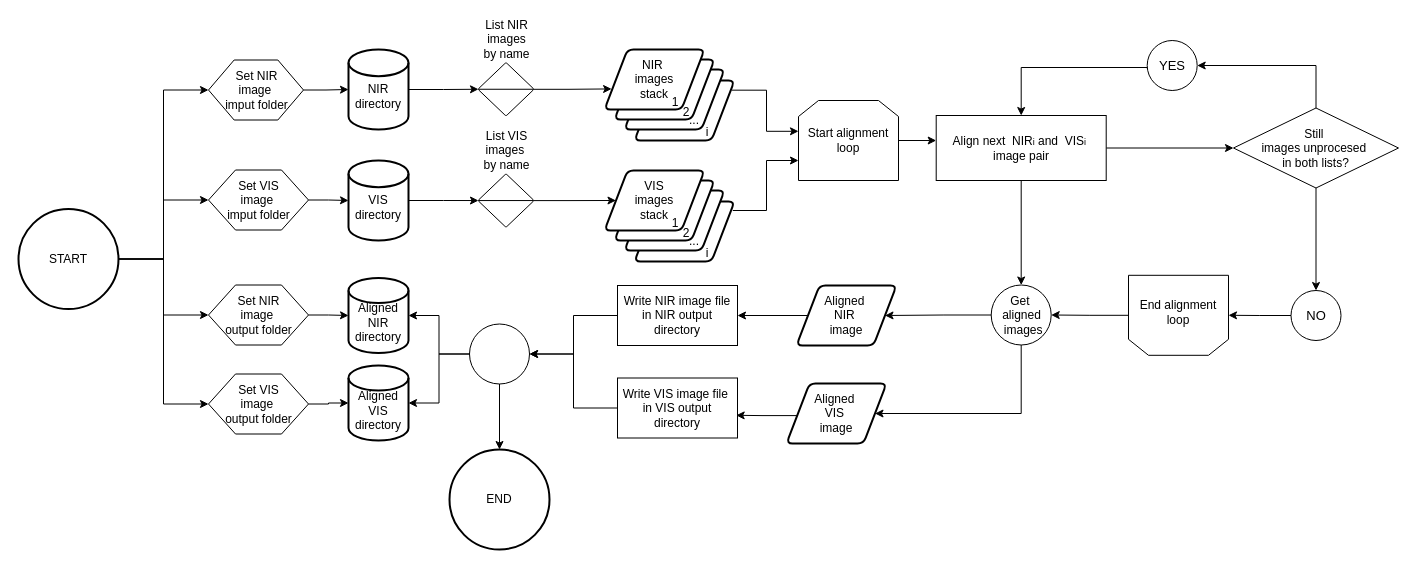
The draw.io diagram vignettes/vignette_ImageJ_preprocessing/Alignment_Process_macro_diagram.drawio in MMolBus/PhotomossR, before the edit. Source tidied: cells renumbered, new cells numbered last; positions are measured from the earlier drawing's top-left corner, leaving out a move shared by most shapes. Both pictures are drawn from the tidied source at 100%, with x=0, y=0 at pixel (18, 40).
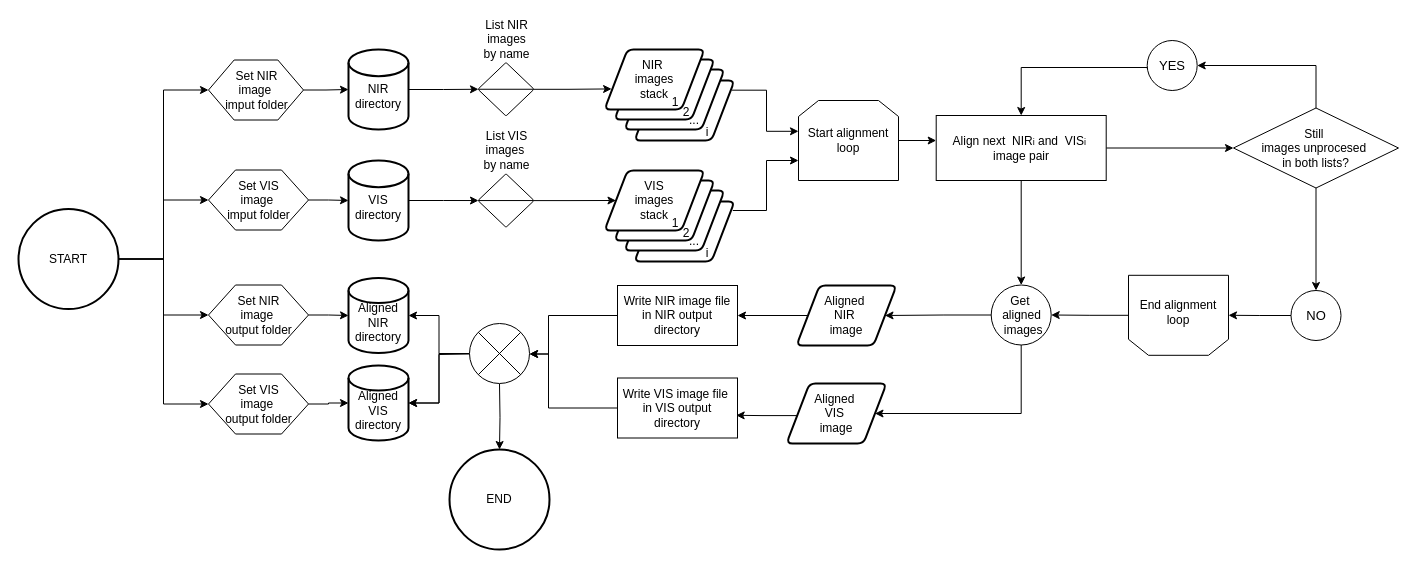
After the change.

The change refers to these unchanged cells:
```xml
<mxCell id="28" value="&lt;div&gt;&lt;br&gt;&lt;/div&gt;&lt;div&gt;Aligned&lt;/div&gt;&lt;div&gt;NIR&lt;/div&gt;&lt;div&gt;directory&lt;/div&gt;" style="strokeWidth=2;html=1;shape=mxgraph.flowchart.database;whiteSpace=wrap;" parent="1" vertex="1">
  <mxGeometry x="330" y="237.5" width="60" height="75" as="geometry" />
</mxCell>
<mxCell id="29" value="&lt;div&gt;&lt;br&gt;&lt;/div&gt;Aligned&lt;div&gt;VIS&lt;div&gt;directory&lt;/div&gt;&lt;/div&gt;" style="strokeWidth=2;html=1;shape=mxgraph.flowchart.database;whiteSpace=wrap;" parent="1" vertex="1">
  <mxGeometry x="330" y="325" width="60" height="75" as="geometry" />
</mxCell>
<mxCell id="57" value="Write NIR image file in NIR output directory" style="whiteSpace=wrap;html=1;" parent="1" vertex="1">
  <mxGeometry x="599" y="245" width="120" height="60" as="geometry" />
</mxCell>
<mxCell id="58" value="Write VIS image file&amp;nbsp;&lt;div&gt;in VIS output directory&lt;/div&gt;" style="whiteSpace=wrap;html=1;" parent="1" vertex="1">
  <mxGeometry x="599" y="337.5" width="120" height="60" as="geometry" />
</mxCell>
<mxCell id="62" value="END" style="strokeWidth=2;html=1;shape=mxgraph.flowchart.start_2;whiteSpace=wrap;" parent="1" vertex="1">
  <mxGeometry x="431" y="409" width="100" height="100" as="geometry" />
</mxCell>
```

Diff of the diagram source:
```diff
@@
-    <mxCell id="60" style="edgeStyle=orthogonalEdgeStyle;rounded=0;jettySize=auto;html=1;entryX=1;entryY=0.5;entryDx=0;entryDy=0;entryPerimeter=0;" parent="1" edge="1" source="57" target="70">
-      <mxGeometry relative="1" as="geometry" />
+    <mxCell id="60" style="edgeStyle=orthogonalEdgeStyle;rounded=0;jettySize=auto;html=1;entryX=1;entryY=0.5;entryDx=0;entryDy=0;entryPerimeter=0;" parent="1" edge="1" source="57">
+      <mxGeometry relative="1" as="geometry">
+        <mxPoint x="511" y="313.5" as="targetPoint" />
+        <Array as="points">
+          <mxPoint x="530" y="275" />
+          <mxPoint x="530" y="314" />
+        </Array>
+      </mxGeometry>
     </mxCell>
-    <mxCell id="61" style="edgeStyle=orthogonalEdgeStyle;rounded=0;jettySize=auto;html=1;entryX=1;entryY=0.5;entryDx=0;entryDy=0;entryPerimeter=0;" parent="1" edge="1" source="58" target="70">
-      <mxGeometry relative="1" as="geometry" />
+    <mxCell id="61" style="edgeStyle=orthogonalEdgeStyle;rounded=0;jettySize=auto;html=1;entryX=1;entryY=0.5;entryDx=0;entryDy=0;entryPerimeter=0;" parent="1" edge="1" source="58">
+      <mxGeometry relative="1" as="geometry">
+        <mxPoint x="511" y="313.5" as="targetPoint" />
+        <Array as="points">
+          <mxPoint x="530" y="368" />
+          <mxPoint x="530" y="314" />
+        </Array>
+      </mxGeometry>
     </mxCell>
@@
-    <mxCell id="69" style="edgeStyle=orthogonalEdgeStyle;rounded=0;jettySize=auto;html=1;" parent="1" edge="1" source="70" target="62">
-      <mxGeometry relative="1" as="geometry" />
+    <mxCell id="69" style="edgeStyle=orthogonalEdgeStyle;rounded=0;jettySize=auto;html=1;" parent="1" edge="1" target="62">
+      <mxGeometry relative="1" as="geometry">
+        <mxPoint x="481" y="343.5" as="sourcePoint" />
+      </mxGeometry>
     </mxCell>
-    <mxCell id="70" style="verticalLabelPosition=middle;verticalAlign=middle;html=1;shape=mxgraph.flowchart.on-page_reference;labelPosition=center;align=center;" parent="1" vertex="1">
-      <mxGeometry x="451" y="283.5" width="60" height="60" as="geometry" />
-    </mxCell>
-    <mxCell id="71" style="edgeStyle=orthogonalEdgeStyle;rounded=0;jettySize=auto;html=1;entryX=1;entryY=0.5;entryDx=0;entryDy=0;entryPerimeter=0;" parent="1" edge="1" source="70" target="28">
+    <mxCell id="71" style="edgeStyle=orthogonalEdgeStyle;rounded=0;jettySize=auto;html=1;entryX=1;entryY=0.5;entryDx=0;entryDy=0;entryPerimeter=0;exitX=0;exitY=0.5;exitDx=0;exitDy=0;" parent="1" edge="1" source="82" target="28">
       <mxGeometry relative="1" as="geometry" />
     </mxCell>
-    <mxCell id="72" style="edgeStyle=orthogonalEdgeStyle;rounded=0;jettySize=auto;html=1;entryX=1;entryY=0.5;entryDx=0;entryDy=0;entryPerimeter=0;" parent="1" edge="1" source="70" target="29">
-      <mxGeometry relative="1" as="geometry" />
+    <mxCell id="72" style="edgeStyle=orthogonalEdgeStyle;rounded=0;jettySize=auto;html=1;entryX=1;entryY=0.5;entryDx=0;entryDy=0;entryPerimeter=0;" parent="1" edge="1" target="29">
+      <mxGeometry relative="1" as="geometry">
+        <mxPoint x="451" y="313.5" as="sourcePoint" />
+      </mxGeometry>
     </mxCell>
@@
+    <mxCell id="81" style="edgeStyle=orthogonalEdgeStyle;rounded=0;jettySize=auto;html=1;exitX=0;exitY=0.5;exitDx=0;exitDy=0;" parent="1" edge="1" source="82" target="29">
+      <mxGeometry relative="1" as="geometry" />
+    </mxCell>
+    <mxCell id="82" style="shape=sumEllipse;perimeter=ellipsePerimeter;whiteSpace=wrap;html=1;backgroundOutline=1;" parent="1" vertex="1">
+      <mxGeometry x="451" y="283" width="60" height="60" as="geometry" />
+    </mxCell>
```
